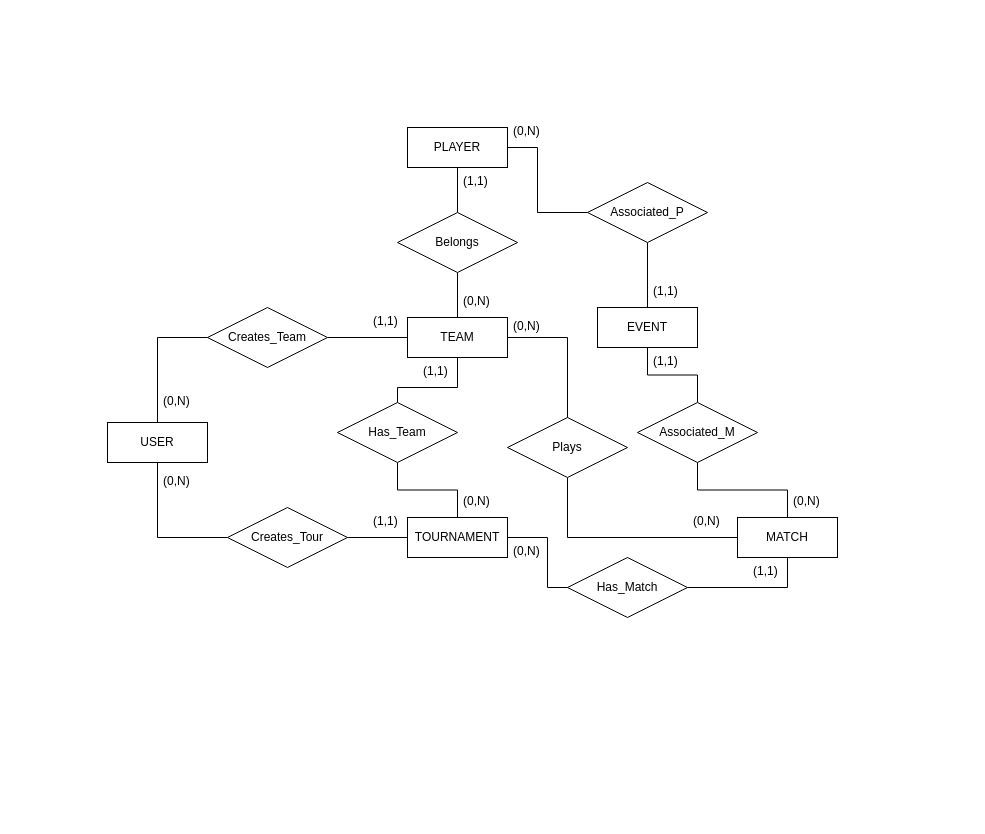
popovic01/AwesomeTournament keeps this draw.io diagram as docs/diagrams/ER_diagram.drawio. Above is the earlier version. Source tidied: cells renumbered, new cells numbered last; positions are measured from the earlier drawing's top-left corner, leaving out a move shared by most shapes. Both pictures are drawn from the tidied source at 100%, with x=0, y=0 at pixel (107, 117).
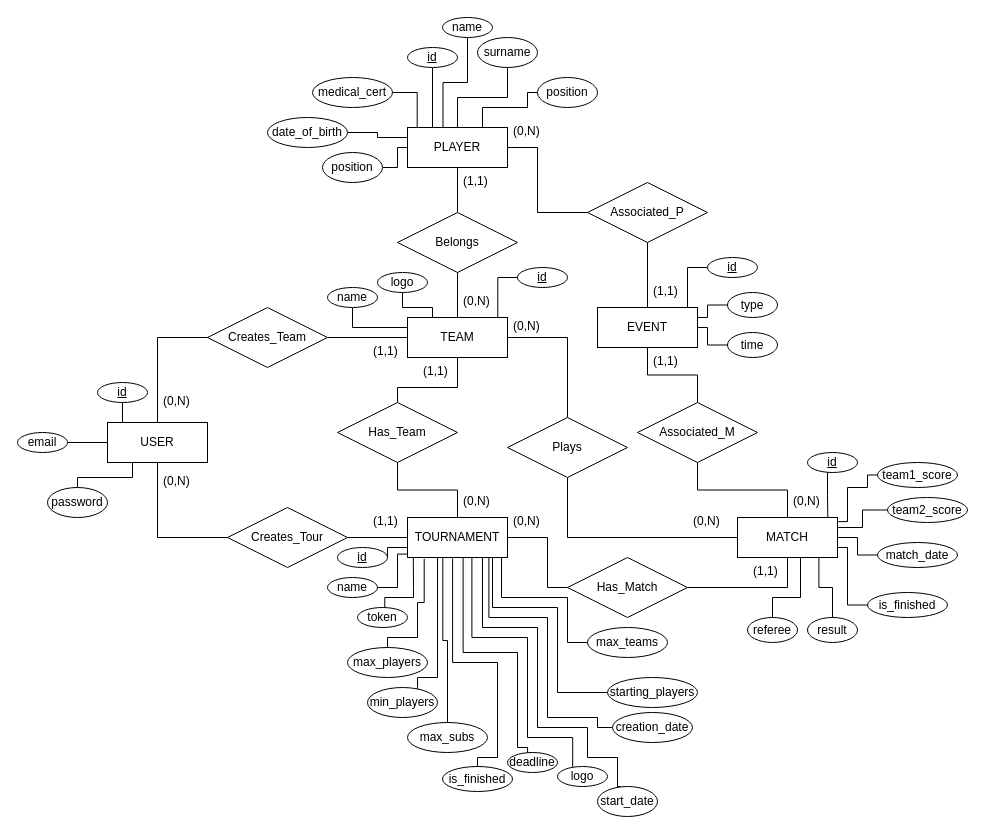
The same page after the edit.

Commit message (it also covers changes not shown here):
docs: add attributes to ER diagram

Unchanged cells that the change refers to:
```xml
<mxCell id="3" value="TEAM" style="whiteSpace=wrap;html=1;align=center;" parent="1" vertex="1">
  <mxGeometry x="300" y="200" width="100" height="40" as="geometry" />
</mxCell>
<mxCell id="6" value="PLAYER" style="whiteSpace=wrap;html=1;align=center;" parent="1" vertex="1">
  <mxGeometry x="300" y="10" width="100" height="40" as="geometry" />
</mxCell>
<mxCell id="8" value="EVENT" style="whiteSpace=wrap;html=1;align=center;" parent="1" vertex="1">
  <mxGeometry x="490" y="190" width="100" height="40" as="geometry" />
</mxCell>
<mxCell id="9" value="MATCH" style="whiteSpace=wrap;html=1;align=center;" parent="1" vertex="1">
  <mxGeometry x="630" y="400" width="100" height="40" as="geometry" />
</mxCell>
<mxCell id="10" value="TOURNAMENT" style="whiteSpace=wrap;html=1;align=center;" parent="1" vertex="1">
  <mxGeometry x="300" y="400" width="100" height="40" as="geometry" />
</mxCell>
<mxCell id="13" value="USER" style="whiteSpace=wrap;html=1;align=center;" parent="1" vertex="1">
  <mxGeometry y="305" width="100" height="40" as="geometry" />
</mxCell>
<mxCell id="35" value="(0,N)" style="text;strokeColor=none;fillColor=none;spacingLeft=4;spacingRight=4;overflow=hidden;points=[[0,0.5],[1,0.5]];portConstraint=eastwest;fontSize=12;whiteSpace=wrap;html=1;" parent="1" vertex="1">
  <mxGeometry x="350" y="170" width="40" height="30" as="geometry" />
</mxCell>
```

What changed in the source:
```diff
@@
     <mxCell id="17" value="(1,1)" style="text;strokeColor=none;fillColor=none;spacingLeft=4;spacingRight=4;overflow=hidden;fontSize=12;whiteSpace=wrap;html=1;" parent="1" vertex="1">
-      <mxGeometry x="260" y="190" width="40" height="30" as="geometry" />
+      <mxGeometry x="260" y="220" width="40" height="30" as="geometry" />
     </mxCell>
@@
     <mxCell id="25" value="(0,N)" style="text;strokeColor=none;fillColor=none;spacingLeft=4;spacingRight=4;overflow=hidden;fontSize=12;whiteSpace=wrap;html=1;" parent="1" vertex="1">
-      <mxGeometry x="400" y="420" width="40" height="30" as="geometry" />
+      <mxGeometry x="400" y="390" width="40" height="30" as="geometry" />
     </mxCell>
@@
+    <mxCell id="48" style="edgeStyle=orthogonalEdgeStyle;rounded=0;jettySize=auto;html=1;endArrow=none;endFill=0;entryX=0.903;entryY=0;entryDx=0;entryDy=0;entryPerimeter=0;exitX=0.436;exitY=0.937;exitDx=0;exitDy=0;exitPerimeter=0;" parent="1" edge="1" source="49" target="9">
+      <mxGeometry relative="1" as="geometry">
+        <Array as="points">
+          <mxPoint x="720" y="354" />
+          <mxPoint x="720" y="378" />
+          <mxPoint x="720" y="378" />
+        </Array>
+      </mxGeometry>
+    </mxCell>
+    <mxCell id="49" value="&lt;u&gt;id&lt;/u&gt;" style="ellipse;whiteSpace=wrap;html=1;" parent="1" vertex="1">
+      <mxGeometry x="700" y="335" width="50" height="20" as="geometry" />
+    </mxCell>
+    <mxCell id="50" style="edgeStyle=orthogonalEdgeStyle;rounded=0;jettySize=auto;html=1;endArrow=none;endFill=0;" parent="1" edge="1" source="51" target="8">
+      <mxGeometry relative="1" as="geometry">
+        <Array as="points">
+          <mxPoint x="580" y="150" />
+        </Array>
+      </mxGeometry>
+    </mxCell>
+    <mxCell id="51" value="&lt;u&gt;id&lt;/u&gt;" style="ellipse;whiteSpace=wrap;html=1;" parent="1" vertex="1">
+      <mxGeometry x="600" y="140" width="50" height="20" as="geometry" />
+    </mxCell>
+    <mxCell id="52" value="&lt;u&gt;id&lt;/u&gt;" style="ellipse;whiteSpace=wrap;html=1;" parent="1" vertex="1">
+      <mxGeometry x="410" y="150" width="50" height="20" as="geometry" />
+    </mxCell>
+    <mxCell id="53" style="edgeStyle=orthogonalEdgeStyle;rounded=0;jettySize=auto;html=1;entryX=0;entryY=0.75;entryDx=0;entryDy=0;endArrow=none;endFill=0;exitX=1;exitY=0.5;exitDx=0;exitDy=0;" parent="1" edge="1" source="54" target="10">
+      <mxGeometry relative="1" as="geometry">
+        <Array as="points">
+          <mxPoint x="280" y="430" />
+        </Array>
+      </mxGeometry>
+    </mxCell>
+    <mxCell id="54" value="&lt;u&gt;id&lt;/u&gt;" style="ellipse;whiteSpace=wrap;html=1;" parent="1" vertex="1">
+      <mxGeometry x="230" y="430" width="50" height="20" as="geometry" />
+    </mxCell>
+    <mxCell id="55" value="&lt;u&gt;id&lt;/u&gt;" style="ellipse;whiteSpace=wrap;html=1;" parent="1" vertex="1">
+      <mxGeometry x="-10" y="265" width="50" height="20" as="geometry" />
+    </mxCell>
+    <mxCell id="56" style="edgeStyle=orthogonalEdgeStyle;rounded=0;jettySize=auto;html=1;entryX=0.25;entryY=0;entryDx=0;entryDy=0;endArrow=none;endFill=0;" parent="1" edge="1" source="57" target="6">
+      <mxGeometry relative="1" as="geometry" />
+    </mxCell>
+    <mxCell id="57" value="&lt;u&gt;id&lt;/u&gt;" style="ellipse;whiteSpace=wrap;html=1;" parent="1" vertex="1">
+      <mxGeometry x="300" y="-70" width="50" height="20" as="geometry" />
+    </mxCell>
+    <mxCell id="58" style="edgeStyle=orthogonalEdgeStyle;rounded=0;jettySize=auto;html=1;entryX=0.25;entryY=0;entryDx=0;entryDy=0;endArrow=none;endFill=0;" parent="1" edge="1" source="55" target="13">
+      <mxGeometry relative="1" as="geometry">
+        <Array as="points">
+          <mxPoint x="15" y="305" />
+        </Array>
+      </mxGeometry>
+    </mxCell>
+    <mxCell id="59" style="edgeStyle=orthogonalEdgeStyle;rounded=0;jettySize=auto;html=1;endArrow=none;endFill=0;entryX=1.007;entryY=1.002;entryDx=0;entryDy=0;entryPerimeter=0;" parent="1" edge="1" source="52" target="35">
+      <mxGeometry relative="1" as="geometry">
+        <Array as="points">
+          <mxPoint x="390" y="160" />
+          <mxPoint x="390" y="200" />
+        </Array>
+      </mxGeometry>
+    </mxCell>
+    <mxCell id="60" style="edgeStyle=orthogonalEdgeStyle;rounded=0;jettySize=auto;html=1;entryX=0.25;entryY=1;entryDx=0;entryDy=0;endArrow=none;endFill=0;" parent="1" edge="1" source="61" target="13">
+      <mxGeometry relative="1" as="geometry">
+        <Array as="points">
+          <mxPoint x="-30" y="360" />
+          <mxPoint x="25" y="360" />
+        </Array>
+      </mxGeometry>
+    </mxCell>
+    <mxCell id="61" value="password" style="ellipse;whiteSpace=wrap;html=1;" parent="1" vertex="1">
+      <mxGeometry x="-60" y="370" width="60" height="30" as="geometry" />
+    </mxCell>
+    <mxCell id="62" style="edgeStyle=orthogonalEdgeStyle;rounded=0;jettySize=auto;html=1;entryX=0;entryY=0.5;entryDx=0;entryDy=0;endArrow=none;endFill=0;" parent="1" edge="1" source="63" target="13">
+      <mxGeometry relative="1" as="geometry" />
+    </mxCell>
+    <mxCell id="63" value="email" style="ellipse;whiteSpace=wrap;html=1;" parent="1" vertex="1">
+      <mxGeometry x="-90" y="315" width="50" height="20" as="geometry" />
+    </mxCell>
+    <mxCell id="64" value="name" style="ellipse;whiteSpace=wrap;html=1;" parent="1" vertex="1">
+      <mxGeometry x="220" y="460" width="50" height="20" as="geometry" />
+    </mxCell>
+    <mxCell id="65" value="token" style="ellipse;whiteSpace=wrap;html=1;" parent="1" vertex="1">
+      <mxGeometry x="250" y="490" width="50" height="20" as="geometry" />
+    </mxCell>
+    <mxCell id="66" value="deadline" style="ellipse;whiteSpace=wrap;html=1;" parent="1" vertex="1">
+      <mxGeometry x="400" y="635" width="50" height="20" as="geometry" />
+    </mxCell>
+    <mxCell id="67" value="max_players" style="ellipse;whiteSpace=wrap;html=1;" parent="1" vertex="1">
+      <mxGeometry x="240" y="530" width="80" height="30" as="geometry" />
+    </mxCell>
+    <mxCell id="68" style="edgeStyle=orthogonalEdgeStyle;rounded=0;jettySize=auto;html=1;entryX=0.25;entryY=1;entryDx=0;entryDy=0;endArrow=none;endFill=0;exitX=0.715;exitY=0.047;exitDx=0;exitDy=0;exitPerimeter=0;" parent="1" edge="1" source="69" target="10">
+      <mxGeometry relative="1" as="geometry">
+        <Array as="points">
+          <mxPoint x="310" y="570" />
+          <mxPoint x="310" y="570" />
+          <mxPoint x="310" y="560" />
+          <mxPoint x="330" y="560" />
+          <mxPoint x="330" y="440" />
+        </Array>
+      </mxGeometry>
+    </mxCell>
+    <mxCell id="69" value="min_players" style="ellipse;whiteSpace=wrap;html=1;" parent="1" vertex="1">
+      <mxGeometry x="260" y="570" width="70" height="30" as="geometry" />
+    </mxCell>
+    <mxCell id="70" value="max_teams" style="ellipse;whiteSpace=wrap;html=1;" parent="1" vertex="1">
+      <mxGeometry x="480" y="510" width="80" height="30" as="geometry" />
+    </mxCell>
+    <mxCell id="71" value="starting_players" style="ellipse;whiteSpace=wrap;html=1;" parent="1" vertex="1">
+      <mxGeometry x="500" y="560" width="90" height="30" as="geometry" />
+    </mxCell>
+    <mxCell id="72" value="max_subs" style="ellipse;whiteSpace=wrap;html=1;" parent="1" vertex="1">
+      <mxGeometry x="300" y="605" width="80" height="30" as="geometry" />
+    </mxCell>
+    <mxCell id="73" value="logo" style="ellipse;whiteSpace=wrap;html=1;" parent="1" vertex="1">
+      <mxGeometry x="450" y="649" width="50" height="20" as="geometry" />
+    </mxCell>
+    <mxCell id="74" style="edgeStyle=orthogonalEdgeStyle;rounded=0;jettySize=auto;html=1;entryX=0.75;entryY=1;entryDx=0;entryDy=0;endArrow=none;endFill=0;exitX=0.384;exitY=0.062;exitDx=0;exitDy=0;exitPerimeter=0;" parent="1" edge="1" source="75" target="10">
+      <mxGeometry relative="1" as="geometry">
+        <Array as="points">
+          <mxPoint x="513" y="669" />
+          <mxPoint x="510" y="669" />
+          <mxPoint x="510" y="640" />
+          <mxPoint x="480" y="640" />
+          <mxPoint x="480" y="610" />
+          <mxPoint x="430" y="610" />
+          <mxPoint x="430" y="510" />
+          <mxPoint x="375" y="510" />
+        </Array>
+      </mxGeometry>
+    </mxCell>
+    <mxCell id="75" value="start_date" style="ellipse;whiteSpace=wrap;html=1;" parent="1" vertex="1">
+      <mxGeometry x="490" y="669" width="60" height="30" as="geometry" />
+    </mxCell>
+    <mxCell id="76" value="creation_date" style="ellipse;whiteSpace=wrap;html=1;" parent="1" vertex="1">
+      <mxGeometry x="505" y="595" width="80" height="30" as="geometry" />
+    </mxCell>
+    <mxCell id="77" value="is_finished" style="ellipse;whiteSpace=wrap;html=1;" parent="1" vertex="1">
+      <mxGeometry x="335" y="649" width="70" height="25" as="geometry" />
+    </mxCell>
+    <mxCell id="78" style="edgeStyle=orthogonalEdgeStyle;rounded=0;jettySize=auto;html=1;endArrow=none;endFill=0;entryX=0.002;entryY=0.915;entryDx=0;entryDy=0;entryPerimeter=0;" parent="1" edge="1" source="64" target="10">
+      <mxGeometry relative="1" as="geometry">
+        <Array as="points">
+          <mxPoint x="290" y="470" />
+          <mxPoint x="290" y="437" />
+        </Array>
+      </mxGeometry>
+    </mxCell>
+    <mxCell id="79" style="edgeStyle=orthogonalEdgeStyle;rounded=0;jettySize=auto;html=1;entryX=0.058;entryY=0.992;entryDx=0;entryDy=0;entryPerimeter=0;endArrow=none;endFill=0;exitX=0.545;exitY=0.017;exitDx=0;exitDy=0;exitPerimeter=0;" parent="1" edge="1" source="65" target="10">
+      <mxGeometry relative="1" as="geometry">
+        <Array as="points">
+          <mxPoint x="277" y="480" />
+          <mxPoint x="306" y="480" />
+          <mxPoint x="306" y="470" />
+          <mxPoint x="306" y="470" />
+        </Array>
+      </mxGeometry>
+    </mxCell>
+    <mxCell id="80" style="edgeStyle=orthogonalEdgeStyle;rounded=0;jettySize=auto;html=1;entryX=0.167;entryY=1.035;entryDx=0;entryDy=0;entryPerimeter=0;endArrow=none;endFill=0;exitX=0.5;exitY=0;exitDx=0;exitDy=0;" parent="1" edge="1" source="67" target="10">
+      <mxGeometry relative="1" as="geometry">
+        <Array as="points">
+          <mxPoint x="280" y="520" />
+          <mxPoint x="310" y="520" />
+          <mxPoint x="310" y="485" />
+          <mxPoint x="317" y="485" />
+        </Array>
+      </mxGeometry>
+    </mxCell>
+    <mxCell id="81" style="edgeStyle=orthogonalEdgeStyle;rounded=0;jettySize=auto;html=1;exitX=0.5;exitY=0;exitDx=0;exitDy=0;entryX=0.353;entryY=1.008;entryDx=0;entryDy=0;entryPerimeter=0;endArrow=none;endFill=0;" parent="1" edge="1" source="72" target="10">
+      <mxGeometry relative="1" as="geometry">
+        <Array as="points">
+          <mxPoint x="340" y="523" />
+          <mxPoint x="335" y="523" />
+        </Array>
+      </mxGeometry>
+    </mxCell>
+    <mxCell id="82" style="edgeStyle=orthogonalEdgeStyle;rounded=0;jettySize=auto;html=1;exitX=0.5;exitY=0;exitDx=0;exitDy=0;entryX=0.451;entryY=1.022;entryDx=0;entryDy=0;entryPerimeter=0;endArrow=none;endFill=0;" parent="1" edge="1" source="77" target="10">
+      <mxGeometry relative="1" as="geometry">
+        <Array as="points">
+          <mxPoint x="370" y="640" />
+          <mxPoint x="390" y="640" />
+          <mxPoint x="390" y="545" />
+          <mxPoint x="345" y="545" />
+        </Array>
+      </mxGeometry>
+    </mxCell>
+    <mxCell id="83" style="edgeStyle=orthogonalEdgeStyle;rounded=0;jettySize=auto;html=1;entryX=0.556;entryY=1.002;entryDx=0;entryDy=0;entryPerimeter=0;endArrow=none;endFill=0;exitX=0.401;exitY=0.02;exitDx=0;exitDy=0;exitPerimeter=0;" parent="1" edge="1" source="66" target="10">
+      <mxGeometry relative="1" as="geometry">
+        <Array as="points">
+          <mxPoint x="420" y="630" />
+          <mxPoint x="410" y="630" />
+          <mxPoint x="410" y="535" />
+          <mxPoint x="356" y="535" />
+        </Array>
+      </mxGeometry>
+    </mxCell>
+    <mxCell id="84" style="edgeStyle=orthogonalEdgeStyle;rounded=0;jettySize=auto;html=1;entryX=0.644;entryY=0.988;entryDx=0;entryDy=0;entryPerimeter=0;endArrow=none;endFill=0;exitX=0.304;exitY=0.022;exitDx=0;exitDy=0;exitPerimeter=0;" parent="1" edge="1" source="73" target="10">
+      <mxGeometry relative="1" as="geometry">
+        <Array as="points">
+          <mxPoint x="465" y="620" />
+          <mxPoint x="420" y="620" />
+          <mxPoint x="420" y="520" />
+          <mxPoint x="364" y="520" />
+        </Array>
+      </mxGeometry>
+    </mxCell>
+    <mxCell id="85" style="edgeStyle=orthogonalEdgeStyle;rounded=0;jettySize=auto;html=1;entryX=0.814;entryY=1.001;entryDx=0;entryDy=0;entryPerimeter=0;endArrow=none;endFill=0;exitX=0;exitY=0.5;exitDx=0;exitDy=0;" parent="1" edge="1" source="76" target="10">
+      <mxGeometry relative="1" as="geometry">
+        <Array as="points">
+          <mxPoint x="490" y="610" />
+          <mxPoint x="490" y="600" />
+          <mxPoint x="440" y="600" />
+          <mxPoint x="440" y="500" />
+          <mxPoint x="381" y="500" />
+        </Array>
+      </mxGeometry>
+    </mxCell>
+    <mxCell id="86" style="edgeStyle=orthogonalEdgeStyle;rounded=0;jettySize=auto;html=1;exitX=0;exitY=0.5;exitDx=0;exitDy=0;endArrow=none;endFill=0;" parent="1" edge="1" source="71">
+      <mxGeometry relative="1" as="geometry">
+        <mxPoint x="385" y="440" as="targetPoint" />
+        <Array as="points">
+          <mxPoint x="450" y="575" />
+          <mxPoint x="450" y="490" />
+          <mxPoint x="385" y="490" />
+        </Array>
+      </mxGeometry>
+    </mxCell>
+    <mxCell id="87" style="edgeStyle=orthogonalEdgeStyle;rounded=0;jettySize=auto;html=1;endArrow=none;endFill=0;" parent="1" edge="1" source="70">
+      <mxGeometry relative="1" as="geometry">
+        <mxPoint x="394" y="440" as="targetPoint" />
+        <Array as="points">
+          <mxPoint x="460" y="525" />
+          <mxPoint x="460" y="480" />
+          <mxPoint x="394" y="480" />
+        </Array>
+      </mxGeometry>
+    </mxCell>
+    <mxCell id="88" style="edgeStyle=orthogonalEdgeStyle;rounded=0;jettySize=auto;html=1;entryX=1.008;entryY=0.103;entryDx=0;entryDy=0;endArrow=none;endFill=0;exitX=0;exitY=0.5;exitDx=0;exitDy=0;entryPerimeter=0;" parent="1" edge="1" source="89" target="9">
+      <mxGeometry relative="1" as="geometry">
+        <Array as="points">
+          <mxPoint x="760" y="358" />
+          <mxPoint x="760" y="370" />
+          <mxPoint x="740" y="370" />
+          <mxPoint x="740" y="404" />
+        </Array>
+      </mxGeometry>
+    </mxCell>
+    <mxCell id="89" value="team1_score" style="ellipse;whiteSpace=wrap;html=1;" parent="1" vertex="1">
+      <mxGeometry x="770" y="345" width="80" height="25" as="geometry" />
+    </mxCell>
+    <mxCell id="90" style="edgeStyle=orthogonalEdgeStyle;rounded=0;jettySize=auto;html=1;entryX=1;entryY=0.25;entryDx=0;entryDy=0;endArrow=none;endFill=0;" parent="1" edge="1" source="91" target="9">
+      <mxGeometry relative="1" as="geometry" />
+    </mxCell>
+    <mxCell id="91" value="team2_score" style="ellipse;whiteSpace=wrap;html=1;" parent="1" vertex="1">
+      <mxGeometry x="780" y="380" width="80" height="25" as="geometry" />
+    </mxCell>
+    <mxCell id="92" style="edgeStyle=orthogonalEdgeStyle;rounded=0;jettySize=auto;html=1;entryX=1;entryY=0.5;entryDx=0;entryDy=0;endArrow=none;endFill=0;" parent="1" edge="1" source="93" target="9">
+      <mxGeometry relative="1" as="geometry" />
+    </mxCell>
+    <mxCell id="93" value="match_date" style="ellipse;whiteSpace=wrap;html=1;" parent="1" vertex="1">
+      <mxGeometry x="770" y="425" width="80" height="25" as="geometry" />
+    </mxCell>
+    <mxCell id="94" value="result" style="ellipse;whiteSpace=wrap;html=1;" parent="1" vertex="1">
+      <mxGeometry x="700" y="500" width="50" height="25" as="geometry" />
+    </mxCell>
+    <mxCell id="95" value="referee" style="ellipse;whiteSpace=wrap;html=1;" parent="1" vertex="1">
+      <mxGeometry x="640" y="500" width="50" height="25" as="geometry" />
+    </mxCell>
+    <mxCell id="96" style="edgeStyle=orthogonalEdgeStyle;rounded=0;jettySize=auto;html=1;entryX=1;entryY=0.75;entryDx=0;entryDy=0;endArrow=none;endFill=0;" parent="1" edge="1" source="97" target="9">
+      <mxGeometry relative="1" as="geometry">
+        <Array as="points">
+          <mxPoint x="740" y="488" />
+          <mxPoint x="740" y="430" />
+        </Array>
+      </mxGeometry>
+    </mxCell>
+    <mxCell id="97" value="is_finished" style="ellipse;whiteSpace=wrap;html=1;" parent="1" vertex="1">
+      <mxGeometry x="760" y="475" width="80" height="25" as="geometry" />
+    </mxCell>
+    <mxCell id="98" style="edgeStyle=orthogonalEdgeStyle;rounded=0;jettySize=auto;html=1;endArrow=none;endFill=0;" parent="1" edge="1" source="95">
+      <mxGeometry relative="1" as="geometry">
+        <mxPoint x="693" y="440" as="targetPoint" />
+        <Array as="points">
+          <mxPoint x="665" y="480" />
+          <mxPoint x="693" y="480" />
+        </Array>
+      </mxGeometry>
+    </mxCell>
+    <mxCell id="99" style="edgeStyle=orthogonalEdgeStyle;rounded=0;jettySize=auto;html=1;entryX=0.814;entryY=0.997;entryDx=0;entryDy=0;entryPerimeter=0;endArrow=none;endFill=0;" parent="1" edge="1" source="94" target="9">
+      <mxGeometry relative="1" as="geometry" />
+    </mxCell>
+    <mxCell id="100" style="edgeStyle=orthogonalEdgeStyle;rounded=0;jettySize=auto;html=1;entryX=1;entryY=0.25;entryDx=0;entryDy=0;endArrow=none;endFill=0;" parent="1" edge="1" source="101" target="8">
+      <mxGeometry relative="1" as="geometry" />
+    </mxCell>
+    <mxCell id="101" value="type" style="ellipse;whiteSpace=wrap;html=1;" parent="1" vertex="1">
+      <mxGeometry x="620" y="175" width="50" height="25" as="geometry" />
+    </mxCell>
+    <mxCell id="102" value="time" style="ellipse;whiteSpace=wrap;html=1;" parent="1" vertex="1">
+      <mxGeometry x="620" y="215" width="50" height="25" as="geometry" />
+    </mxCell>
+    <mxCell id="103" style="edgeStyle=orthogonalEdgeStyle;rounded=0;jettySize=auto;html=1;endArrow=none;endFill=0;entryX=1;entryY=0.5;entryDx=0;entryDy=0;" parent="1" edge="1" source="102" target="8">
+      <mxGeometry relative="1" as="geometry">
+        <Array as="points">
+          <mxPoint x="600" y="228" />
+          <mxPoint x="600" y="210" />
+        </Array>
+      </mxGeometry>
+    </mxCell>
+    <mxCell id="104" style="edgeStyle=orthogonalEdgeStyle;rounded=0;jettySize=auto;html=1;entryX=0;entryY=0.25;entryDx=0;entryDy=0;exitX=0.5;exitY=1;exitDx=0;exitDy=0;endArrow=none;endFill=0;" parent="1" edge="1" source="105" target="3">
+      <mxGeometry relative="1" as="geometry">
+        <Array as="points">
+          <mxPoint x="245" y="210" />
+        </Array>
+      </mxGeometry>
+    </mxCell>
+    <mxCell id="105" value="name" style="ellipse;whiteSpace=wrap;html=1;" parent="1" vertex="1">
+      <mxGeometry x="220" y="170" width="50" height="20" as="geometry" />
+    </mxCell>
+    <mxCell id="106" style="edgeStyle=orthogonalEdgeStyle;rounded=0;jettySize=auto;html=1;entryX=0.25;entryY=0;entryDx=0;entryDy=0;endArrow=none;endFill=0;" parent="1" edge="1" source="107" target="3">
+      <mxGeometry relative="1" as="geometry">
+        <Array as="points">
+          <mxPoint x="295" y="190" />
+          <mxPoint x="325" y="190" />
+        </Array>
+      </mxGeometry>
+    </mxCell>
+    <mxCell id="107" value="logo" style="ellipse;whiteSpace=wrap;html=1;" parent="1" vertex="1">
+      <mxGeometry x="270" y="155" width="50" height="20" as="geometry" />
+    </mxCell>
+    <mxCell id="108" style="edgeStyle=orthogonalEdgeStyle;rounded=0;jettySize=auto;html=1;endArrow=none;endFill=0;entryX=0.355;entryY=0.007;entryDx=0;entryDy=0;entryPerimeter=0;" parent="1" edge="1" source="109" target="6">
+      <mxGeometry relative="1" as="geometry" />
+    </mxCell>
+    <mxCell id="109" value="name" style="ellipse;whiteSpace=wrap;html=1;" parent="1" vertex="1">
+      <mxGeometry x="335" y="-100" width="50" height="20" as="geometry" />
+    </mxCell>
+    <mxCell id="110" style="edgeStyle=orthogonalEdgeStyle;rounded=0;jettySize=auto;html=1;entryX=0.5;entryY=0;entryDx=0;entryDy=0;endArrow=none;endFill=0;" parent="1" edge="1" source="111" target="6">
+      <mxGeometry relative="1" as="geometry" />
+    </mxCell>
+    <mxCell id="111" value="surname" style="ellipse;whiteSpace=wrap;html=1;" parent="1" vertex="1">
+      <mxGeometry x="370" y="-80" width="60" height="30" as="geometry" />
+    </mxCell>
+    <mxCell id="112" style="edgeStyle=orthogonalEdgeStyle;rounded=0;jettySize=auto;html=1;entryX=0.75;entryY=0;entryDx=0;entryDy=0;endArrow=none;endFill=0;exitX=0;exitY=0.5;exitDx=0;exitDy=0;" parent="1" edge="1" source="113" target="6">
+      <mxGeometry relative="1" as="geometry">
+        <Array as="points">
+          <mxPoint x="420" y="-10" />
+          <mxPoint x="375" y="-10" />
+        </Array>
+      </mxGeometry>
+    </mxCell>
+    <mxCell id="113" value="position" style="ellipse;whiteSpace=wrap;html=1;" parent="1" vertex="1">
+      <mxGeometry x="430" y="-40" width="60" height="30" as="geometry" />
+    </mxCell>
+    <mxCell id="114" style="edgeStyle=orthogonalEdgeStyle;rounded=0;jettySize=auto;html=1;entryX=0;entryY=0.5;entryDx=0;entryDy=0;endArrow=none;endFill=0;" parent="1" edge="1" source="115" target="6">
+      <mxGeometry relative="1" as="geometry">
+        <Array as="points">
+          <mxPoint x="290" y="50" />
+          <mxPoint x="290" y="30" />
+        </Array>
+      </mxGeometry>
+    </mxCell>
+    <mxCell id="115" value="position" style="ellipse;whiteSpace=wrap;html=1;" parent="1" vertex="1">
+      <mxGeometry x="215" y="35" width="60" height="30" as="geometry" />
+    </mxCell>
+    <mxCell id="116" style="edgeStyle=orthogonalEdgeStyle;rounded=0;jettySize=auto;html=1;entryX=0.097;entryY=0.014;entryDx=0;entryDy=0;entryPerimeter=0;endArrow=none;endFill=0;" parent="1" edge="1" source="117" target="6">
+      <mxGeometry relative="1" as="geometry" />
+    </mxCell>
+    <mxCell id="117" value="medical_cert" style="ellipse;whiteSpace=wrap;html=1;" parent="1" vertex="1">
+      <mxGeometry x="205" y="-40" width="80" height="30" as="geometry" />
+    </mxCell>
+    <mxCell id="118" style="edgeStyle=orthogonalEdgeStyle;rounded=0;jettySize=auto;html=1;endArrow=none;endFill=0;entryX=0;entryY=0.25;entryDx=0;entryDy=0;" parent="1" edge="1" source="119" target="6">
+      <mxGeometry relative="1" as="geometry" />
+    </mxCell>
+    <mxCell id="119" value="date_of_birth" style="ellipse;whiteSpace=wrap;html=1;" parent="1" vertex="1">
+      <mxGeometry x="160" width="80" height="30" as="geometry" />
+    </mxCell>
```
